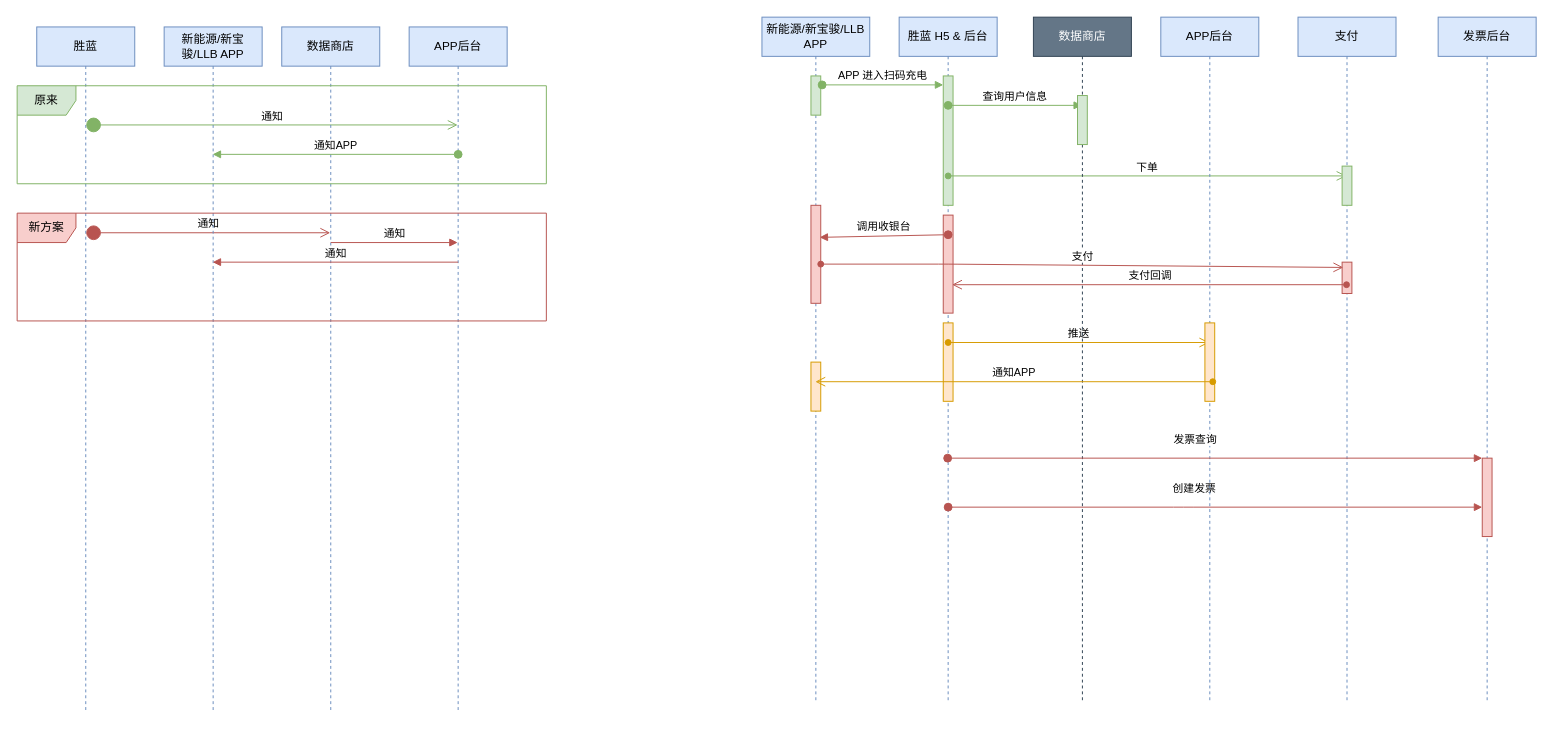
Before: 统一接口.drawio in onlymuxia/Markdown, a draw.io diagram. Source tidied: cells renumbered, new cells numbered last; positions are measured from the earlier drawing's top-left corner, leaving out a move shared by most shapes. Both pictures are drawn from the tidied source at 98%, with x=0, y=0 at pixel (17, 17).
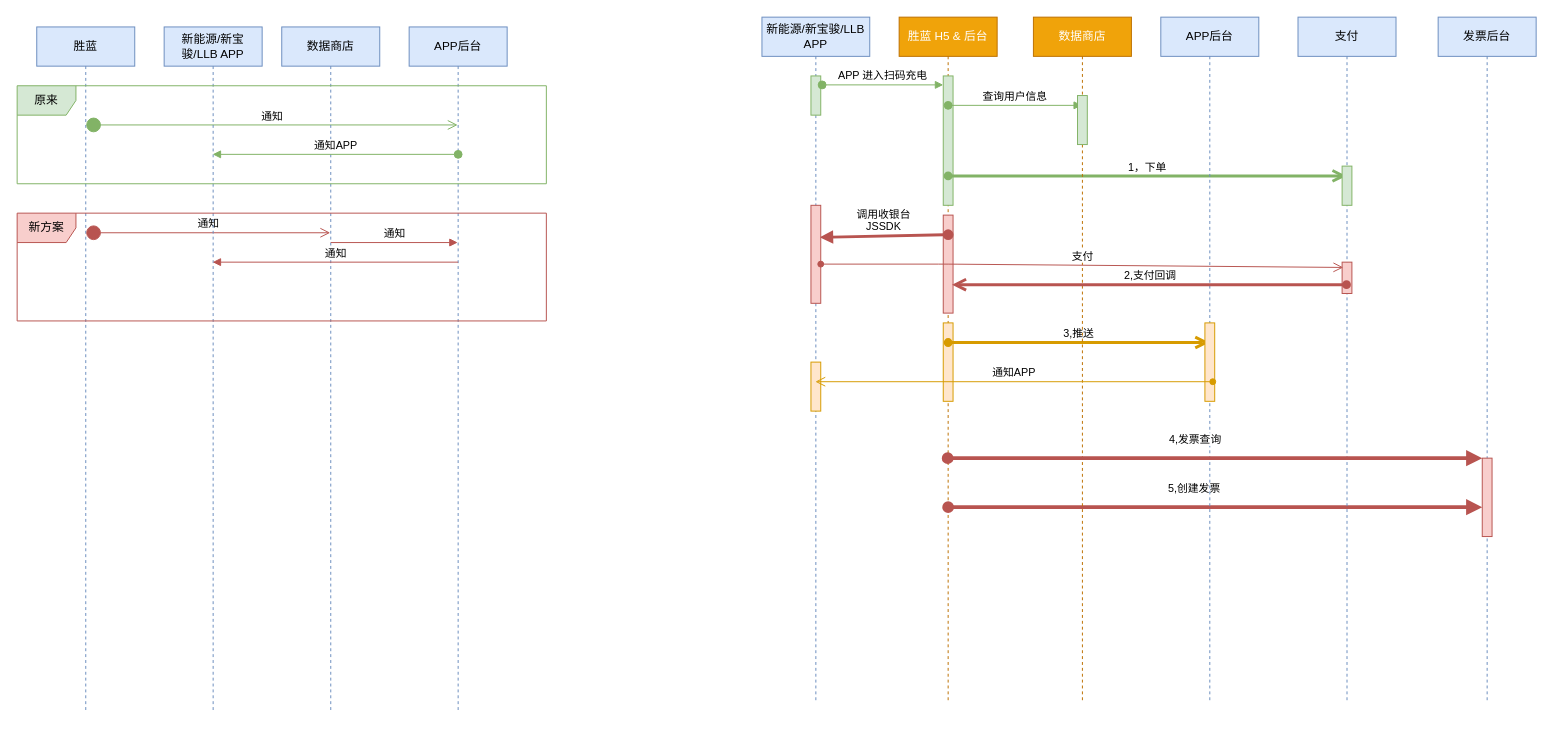
The same diagram, later.

Commit message:
更新统一接口.drawio

Unchanged cells that the change refers to:
```xml
<mxCell id="18" style="html=1;points=[];perimeter=orthogonalPerimeter;align=center;fillColor=#f8cecc;strokeColor=#b85450;" parent="13" vertex="1">
  <mxGeometry x="45" y="202" width="10" height="100" as="geometry" />
</mxCell>
<mxCell id="22" value="新能源/新宝骏/LLB APP" style="shape=umlLifeline;perimeter=lifelinePerimeter;whiteSpace=wrap;html=1;outlineConnect=0;align=center;fillColor=#dae8fc;strokeColor=#6c8ebf;" parent="1" vertex="1">
  <mxGeometry x="760" width="110" height="700" as="geometry" />
</mxCell>
<mxCell id="31" value="支付" style="shape=umlLifeline;perimeter=lifelinePerimeter;whiteSpace=wrap;html=1;outlineConnect=0;align=center;fillColor=#dae8fc;strokeColor=#6c8ebf;" parent="1" vertex="1">
  <mxGeometry x="1307" width="100" height="700" as="geometry" />
</mxCell>
<mxCell id="39" style="html=1;points=[];perimeter=orthogonalPerimeter;align=center;fillColor=#f8cecc;strokeColor=#b85450;" parent="38" vertex="1">
  <mxGeometry x="45" y="450" width="10" height="80" as="geometry" />
</mxCell>
```

Change to the diagram source:
```diff
@@
-    <mxCell id="13" value="&lt;span&gt;胜蓝 H5 &amp;amp; 后台&lt;/span&gt;" style="shape=umlLifeline;perimeter=lifelinePerimeter;whiteSpace=wrap;html=1;outlineConnect=0;align=center;fillColor=#dae8fc;strokeColor=#6c8ebf;" parent="1" vertex="1">
+    <mxCell id="13" value="&lt;span&gt;胜蓝 H5 &amp;amp; 后台&lt;/span&gt;" style="shape=umlLifeline;perimeter=lifelinePerimeter;whiteSpace=wrap;html=1;outlineConnect=0;align=center;fillColor=#f0a30a;strokeColor=#BD7000;fontColor=#ffffff;" parent="1" vertex="1">
       <mxGeometry x="900" width="100" height="700" as="geometry" />
     </mxCell>
@@
-    <mxCell id="15" value="下单" style="html=1;verticalAlign=bottom;startArrow=oval;startFill=1;endArrow=open;startSize=6;endSize=8;fillColor=#d5e8d4;strokeColor=#82b366;" parent="13" edge="1">
+    <mxCell id="15" value="1，下单" style="html=1;verticalAlign=bottom;startArrow=oval;startFill=1;endArrow=open;startSize=6;endSize=8;fillColor=#d5e8d4;strokeColor=#82b366;strokeWidth=3;" parent="13" edge="1">
       <mxGeometry relative="1" as="geometry">
         <mxPoint x="50" y="162" as="sourcePoint" />
         <mxPoint x="456.5" y="162" as="targetPoint" />
       </mxGeometry>
     </mxCell>
@@
-    <mxCell id="17" value="推送" style="html=1;verticalAlign=bottom;startArrow=oval;startFill=1;endArrow=open;startSize=6;endSize=8;fillColor=#ffe6cc;strokeColor=#d79b00;" parent="13" edge="1">
+    <mxCell id="17" value="3,推送" style="html=1;verticalAlign=bottom;startArrow=oval;startFill=1;endArrow=open;startSize=6;endSize=8;fillColor=#ffe6cc;strokeColor=#d79b00;strokeWidth=3;" parent="13" edge="1">
       <mxGeometry relative="1" as="geometry">
         <mxPoint x="50" y="332" as="sourcePoint" />
         <mxPoint x="316.5" y="332" as="targetPoint" />
       </mxGeometry>
     </mxCell>
@@
-    <mxCell id="19" value="调用收银台" style="html=1;verticalAlign=bottom;startArrow=oval;startFill=1;endArrow=block;startSize=8;fillColor=#f8cecc;strokeColor=#b85450;entryX=0.535;entryY=0.321;entryDx=0;entryDy=0;entryPerimeter=0;" parent="13" edge="1" target="22">
+    <mxCell id="19" value="调用收银台&lt;br&gt;JSSDK" style="html=1;verticalAlign=bottom;startArrow=oval;startFill=1;endArrow=block;startSize=8;fillColor=#f8cecc;strokeColor=#b85450;entryX=0.535;entryY=0.321;entryDx=0;entryDy=0;entryPerimeter=0;strokeWidth=3;" parent="13" edge="1" target="22">
       <mxGeometry relative="1" as="geometry">
         <mxPoint x="50" y="222" as="sourcePoint" />
       </mxGeometry>
     </mxCell>
@@
-    <mxCell id="21" value="创建发票" style="html=1;verticalAlign=bottom;startArrow=oval;startFill=1;endArrow=block;startSize=8;fillColor=#f8cecc;strokeColor=#b85450;" parent="13" edge="1" target="39">
+    <mxCell id="21" value="5,创建发票" style="html=1;verticalAlign=bottom;startArrow=oval;startFill=1;endArrow=block;startSize=8;fillColor=#f8cecc;strokeColor=#b85450;strokeWidth=4;" parent="13" edge="1" target="39">
       <mxGeometry x="-0.08" y="10" relative="1" as="geometry">
         <mxPoint x="50" y="500" as="sourcePoint" />
         <Array as="points">
           <mxPoint x="290" y="500" />
         </Array>
       </mxGeometry>
     </mxCell>
@@
-    <mxCell id="26" value="数据商店" style="shape=umlLifeline;perimeter=lifelinePerimeter;whiteSpace=wrap;html=1;outlineConnect=0;align=center;fillColor=#647687;strokeColor=#314354;fontColor=#ffffff;" parent="1" vertex="1">
+    <mxCell id="26" value="数据商店" style="shape=umlLifeline;perimeter=lifelinePerimeter;whiteSpace=wrap;html=1;outlineConnect=0;align=center;fillColor=#f0a30a;strokeColor=#BD7000;fontColor=#ffffff;" parent="1" vertex="1">
       <mxGeometry x="1037" width="100" height="700" as="geometry" />
     </mxCell>
@@
-    <mxCell id="36" value="支付回调" style="html=1;verticalAlign=bottom;startArrow=oval;startFill=1;endArrow=open;startSize=6;endSize=8;fillColor=#f8cecc;strokeColor=#b85450;entryX=0.9;entryY=0.71;entryDx=0;entryDy=0;entryPerimeter=0;" parent="1" edge="1" source="31" target="18">
+    <mxCell id="36" value="2,支付回调" style="html=1;verticalAlign=bottom;startArrow=oval;startFill=1;endArrow=open;startSize=6;endSize=8;fillColor=#f8cecc;strokeColor=#b85450;entryX=0.9;entryY=0.71;entryDx=0;entryDy=0;entryPerimeter=0;strokeWidth=3;" parent="1" edge="1" source="31" target="18">
       <mxGeometry relative="1" as="geometry" />
     </mxCell>
-    <mxCell id="37" value="发票查询" style="html=1;verticalAlign=bottom;startArrow=oval;startFill=1;endArrow=block;startSize=8;fillColor=#f8cecc;strokeColor=#b85450;" parent="1" edge="1" source="13" target="39">
+    <mxCell id="37" value="4,发票查询" style="html=1;verticalAlign=bottom;startArrow=oval;startFill=1;endArrow=block;startSize=8;fillColor=#f8cecc;strokeColor=#b85450;strokeWidth=4;" parent="1" edge="1" source="13" target="39">
       <mxGeometry x="-0.08" y="10" relative="1" as="geometry">
         <mxPoint x="1" as="offset" />
       </mxGeometry>
     </mxCell>
```
